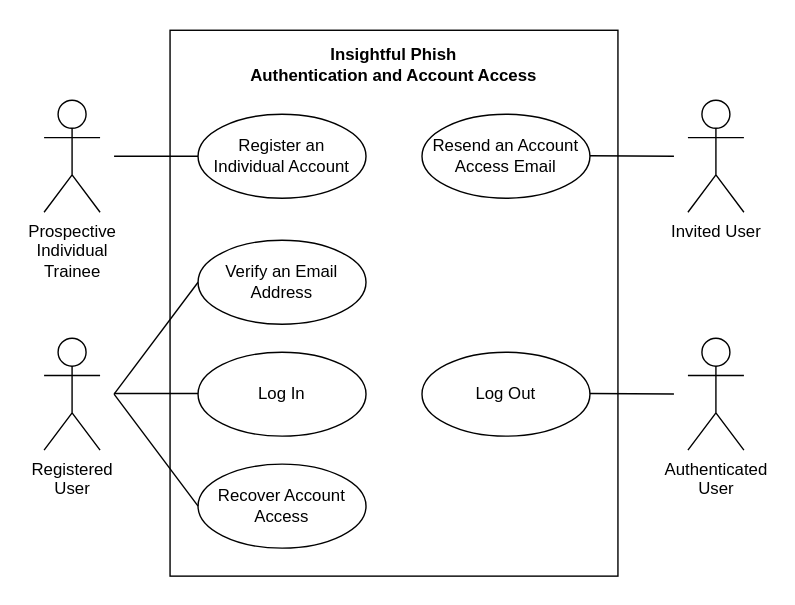
This is docs/demo3/diagrams/srs/use-cases/authentication-and-account-access.drawio.svg from COS301-SE-2026/Cybersecurity-Awareness-Training-Platform, a draw.io export, as it was before one commit. Source tidied: cells renumbered, new cells last; positions are measured from the earlier drawing's top-left corner, leaving out a move shared by most shapes.
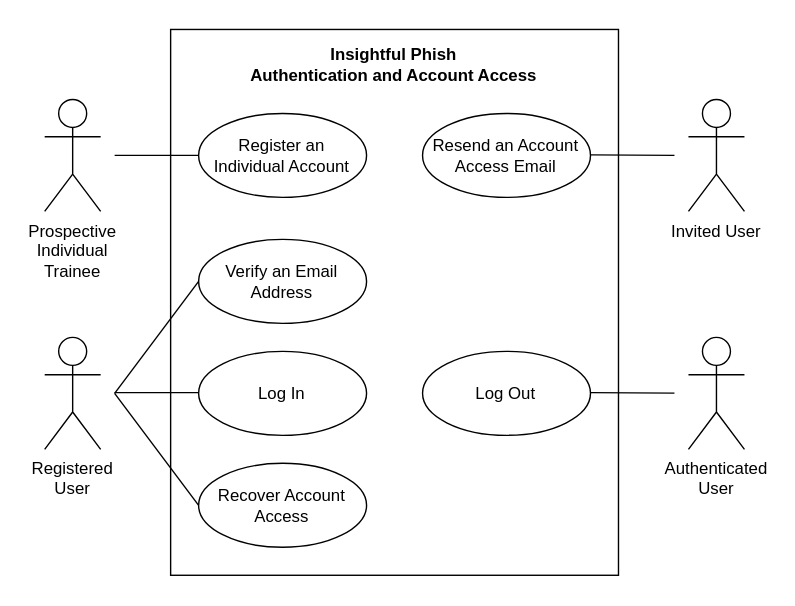
Above is the later version.

What changed in the source:
```diff
@@ -14,23 +14,23 @@
     <mxCell id="5" value="Register an &lt;br&gt;Individual Account" style="ellipse;whiteSpace=wrap;html=1;" parent="1" vertex="1">
       <mxGeometry x="110" y="60" width="120" height="60" as="geometry" />
     </mxCell>
-    <mxCell id="6" style="endArrow=none;html=1;rounded=0;entryX=0;entryY=0.5;entryDx=0;entryDy=0;" parent="1" edge="1" target="5">
-      <mxGeometry relative="1" as="geometry">
-        <mxPoint x="50" y="90" as="sourcePoint" />
-      </mxGeometry>
-    </mxCell>
+    <mxCell id="20" style="endArrow=none;html=1;rounded=0;entryX=0;entryY=0.5;entryDx=0;entryDy=0;" parent="1" edge="1" target="5">
+      <mxGeometry relative="1" as="geometry">
+        <mxPoint x="50" y="90" as="sourcePoint" />
+      </mxGeometry>
+    </mxCell>
     <mxCell id="7" value="&lt;p class=&quot;p1&quot;&gt;Insightful Phish&lt;br&gt;Authentication and Account Access&lt;/p&gt;" style="text;html=1;whiteSpace=wrap;strokeColor=none;fillColor=none;align=center;verticalAlign=middle;rounded=0;fontStyle=1;" parent="1" vertex="1">
       <mxGeometry x="100" y="10" width="300" height="30" as="geometry" />
     </mxCell>
     <mxCell id="8" value="&lt;div&gt;Invited User&lt;/div&gt;" style="shape=umlActor;verticalLabelPosition=bottom;verticalAlign=top;html=1;" parent="1" vertex="1">
       <mxGeometry x="460" y="50" width="40" height="80" as="geometry" />
     </mxCell>
-    <mxCell id="9" style="endArrow=none;html=1;rounded=0;" parent="1" edge="1">
-      <mxGeometry relative="1" as="geometry">
-        <mxPoint x="390" y="89.6" as="sourcePoint" />
-        <mxPoint x="450" y="90" as="targetPoint" />
-      </mxGeometry>
-    </mxCell>
+    <mxCell id="21" style="endArrow=none;html=1;rounded=0;" parent="1" edge="1">
+      <mxGeometry relative="1" as="geometry">
+        <mxPoint x="390" y="89.6" as="sourcePoint" />
+        <mxPoint x="450" y="90" as="targetPoint" />
+      </mxGeometry>
+    </mxCell>
     <mxCell id="10" value="&lt;div&gt;Registered&lt;/div&gt;&lt;div&gt;User&lt;/div&gt;" style="shape=umlActor;verticalLabelPosition=bottom;verticalAlign=top;html=1;" parent="1" vertex="1">
       <mxGeometry y="220" width="40" height="80" as="geometry" />
     </mxCell>
@@ -49,27 +49,27 @@
     <mxCell id="15" value="Resend an Account Access Email" style="ellipse;whiteSpace=wrap;html=1;" parent="1" vertex="1">
       <mxGeometry x="270" y="60" width="120" height="60" as="geometry" />
     </mxCell>
-    <mxCell id="16" style="endArrow=none;html=1;rounded=0;entryX=0;entryY=0.5;entryDx=0;entryDy=0;" parent="1" edge="1">
-      <mxGeometry relative="1" as="geometry">
-        <mxPoint x="50" y="259.5" as="sourcePoint" />
-        <mxPoint x="110" y="259.5" as="targetPoint" />
-      </mxGeometry>
-    </mxCell>
-    <mxCell id="17" style="endArrow=none;html=1;rounded=0;" parent="1" edge="1">
-      <mxGeometry relative="1" as="geometry">
-        <mxPoint x="390" y="259.5" as="sourcePoint" />
-        <mxPoint x="450" y="259.9" as="targetPoint" />
-      </mxGeometry>
-    </mxCell>
-    <mxCell id="18" style="endArrow=none;html=1;rounded=0;entryX=0;entryY=0.5;entryDx=0;entryDy=0;" parent="1" edge="1" target="14">
-      <mxGeometry relative="1" as="geometry">
-        <mxPoint x="50" y="260" as="sourcePoint" />
-      </mxGeometry>
-    </mxCell>
-    <mxCell id="19" style="endArrow=none;html=1;rounded=0;entryX=0;entryY=0.5;entryDx=0;entryDy=0;" parent="1" edge="1" target="4">
-      <mxGeometry relative="1" as="geometry">
-        <mxPoint x="50" y="260" as="sourcePoint" />
-      </mxGeometry>
-    </mxCell>
+    <mxCell id="22" style="endArrow=none;html=1;rounded=0;entryX=0;entryY=0.5;entryDx=0;entryDy=0;" parent="1" edge="1">
+      <mxGeometry relative="1" as="geometry">
+        <mxPoint x="50" y="259.5" as="sourcePoint" />
+        <mxPoint x="110" y="259.5" as="targetPoint" />
+      </mxGeometry>
+    </mxCell>
+    <mxCell id="23" style="endArrow=none;html=1;rounded=0;" parent="1" edge="1">
+      <mxGeometry relative="1" as="geometry">
+        <mxPoint x="390" y="259.5" as="sourcePoint" />
+        <mxPoint x="450" y="259.9" as="targetPoint" />
+      </mxGeometry>
+    </mxCell>
+    <mxCell id="24" style="endArrow=none;html=1;rounded=0;entryX=0;entryY=0.5;entryDx=0;entryDy=0;" parent="1" edge="1" target="14">
+      <mxGeometry relative="1" as="geometry">
+        <mxPoint x="50" y="260" as="sourcePoint" />
+      </mxGeometry>
+    </mxCell>
+    <mxCell id="25" style="endArrow=none;html=1;rounded=0;entryX=0;entryY=0.5;entryDx=0;entryDy=0;" parent="1" edge="1" target="4">
+      <mxGeometry relative="1" as="geometry">
+        <mxPoint x="50" y="260" as="sourcePoint" />
+      </mxGeometry>
+    </mxCell>
   </root>
 </mxGraphModel>
```
